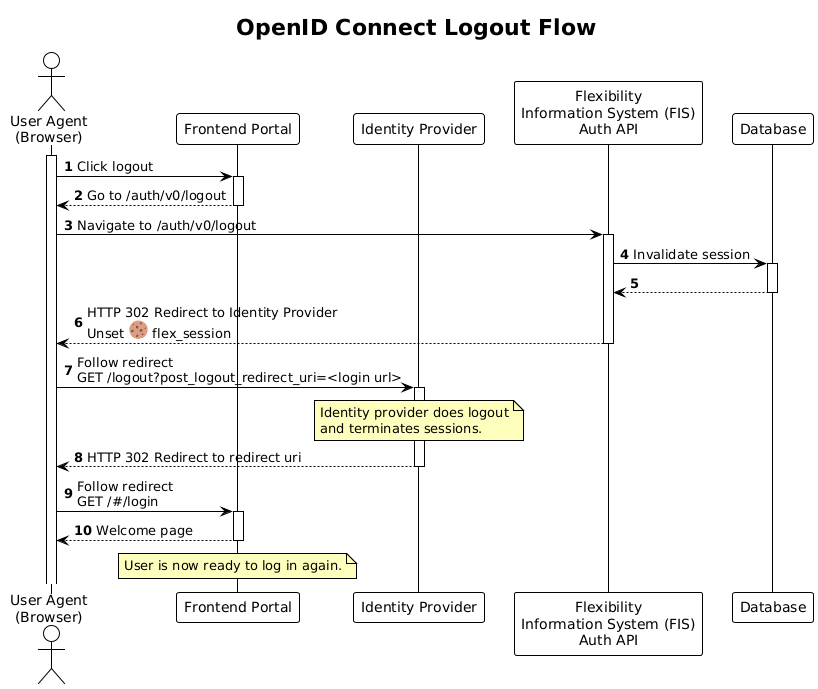
elhub/flex-information-system keeps this PlantUML diagram as docs-dev/diagrams/oidc_logout_sequence.png. Above is the earlier version. Its diagram source:
```plantuml
@startuml oidc_logout_sequence

!theme plain

title OpenID Connect Logout Flow

autonumber
autoactivate on

skinparam note {
    BackgroundColor #FFFFBD
}

actor "User Agent\n(Browser)" as UA
activate UA
participant "Frontend Portal" as PORTAL
participant "Identity Provider" as IDP
participant "Flexibility\nInformation System (FIS)\nAuth API" as AUTH
participant "Database" as DB

UA -> PORTAL: Click logout
return Go to /auth/v0/logout
UA -> AUTH: Navigate to /auth/v0/logout
AUTH -> DB: Invalidate session
return
return HTTP 302 Redirect to Identity Provider\nUnset <:cookie:> flex_session

UA -> IDP: Follow redirect\nGET /logout?post_logout_redirect_uri=<login url>
note over IDP
    Identity provider does logout
    and terminates sessions.
end note
return HTTP 302 Redirect to redirect uri

UA -> PORTAL: Follow redirect\nGET /#/login
return Welcome page

note over PORTAL
    User is now ready to log in again.
end note

@enduml
```
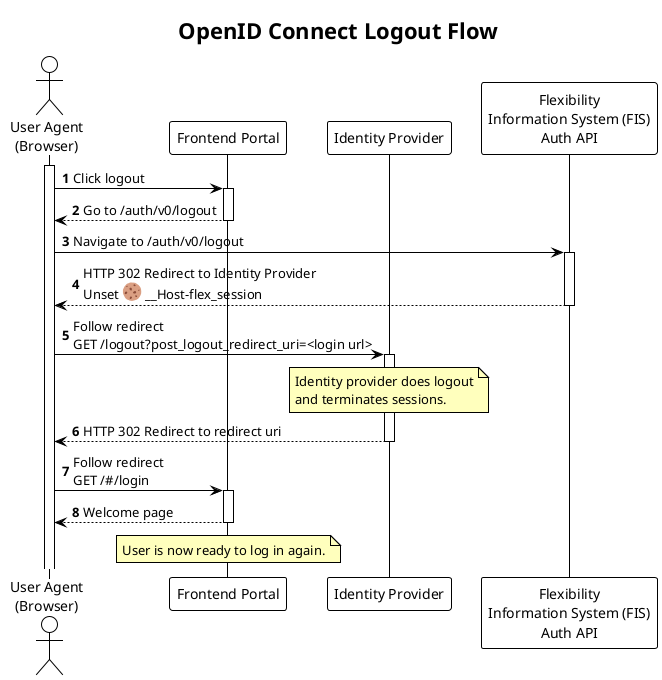
After the commit.

Commit message:
docs: bff scope (FLEX-475)

What changed in the source:
```diff
@@ -16,14 +16,11 @@
 participant "Frontend Portal" as PORTAL
 participant "Identity Provider" as IDP
 participant "Flexibility\nInformation System (FIS)\nAuth API" as AUTH
-participant "Database" as DB
 
 UA -> PORTAL: Click logout
 return Go to /auth/v0/logout
 UA -> AUTH: Navigate to /auth/v0/logout
-AUTH -> DB: Invalidate session
-return
-return HTTP 302 Redirect to Identity Provider\nUnset <:cookie:> flex_session
+return HTTP 302 Redirect to Identity Provider\nUnset <:cookie:> __Host-flex_session
 
 UA -> IDP: Follow redirect\nGET /logout?post_logout_redirect_uri=<login url>
 note over IDP
```
